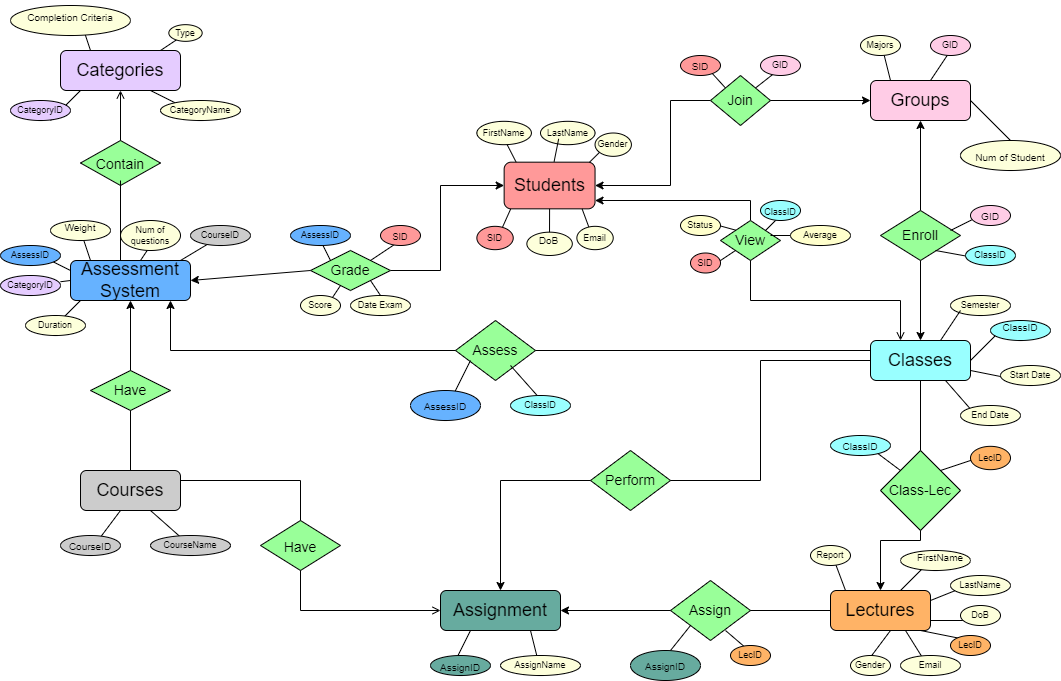
The draw.io diagram ERD Update 2.drawio.png in Vovietmanh/DBI202-MyAssignment, before a commit. Source tidied: cells renumbered, new cells last; positions are measured from the earlier drawing's top-left corner, leaving out a move shared by most shapes.
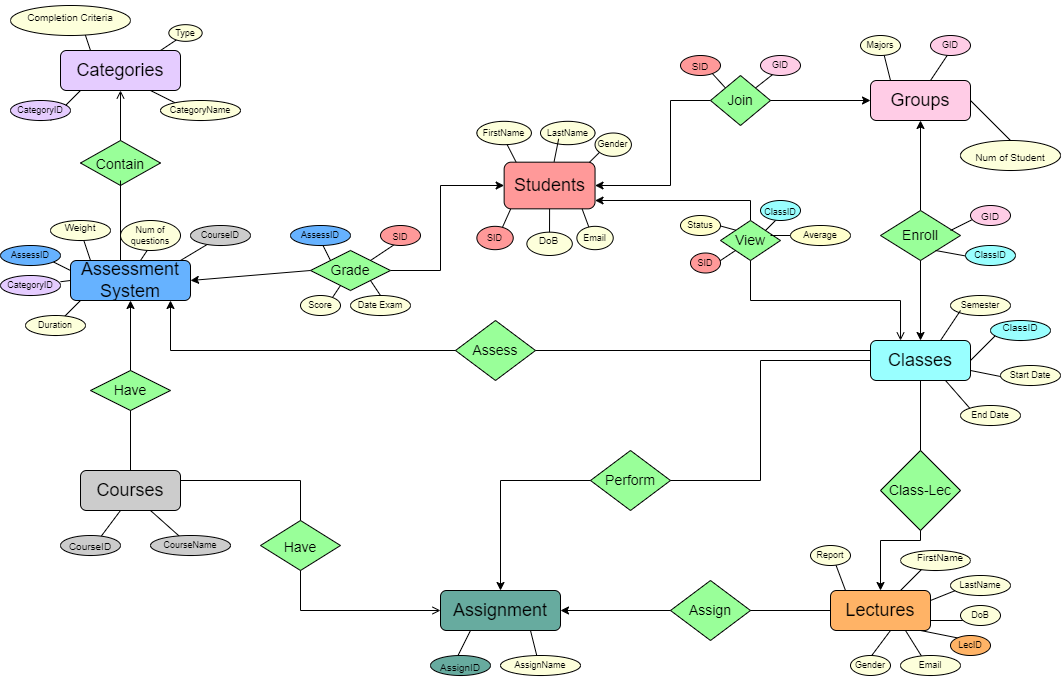
After the commit.

What changed in the source:
```diff
@@ -364,35 +364,6 @@
     <mxCell id="100" value="&lt;span style=&quot;font-size: 14px;&quot;&gt;Class-Lec&lt;/span&gt;" style="text;html=1;strokeColor=none;fillColor=none;align=center;verticalAlign=middle;whiteSpace=wrap;rounded=0;fontSize=9;" parent="98" vertex="1">
       <mxGeometry x="5" y="25" width="70" height="30" as="geometry" />
     </mxCell>
-    <mxCell id="101" style="endArrow=none;html=1;rounded=0;fontSize=14;" parent="1" edge="1">
-      <mxGeometry relative="1" as="geometry">
-        <mxPoint x="900" y="470" as="sourcePoint" />
-        <mxPoint x="860" y="440" as="targetPoint" />
-      </mxGeometry>
-    </mxCell>
-    <mxCell id="102" style="group;" parent="1" vertex="1">
-      <mxGeometry x="830" y="430" width="60" height="30" as="geometry" />
-    </mxCell>
-    <mxCell id="103" style="ellipse;whiteSpace=wrap;html=1;fontSize=14;fillColor=#99FFFF;" parent="102" vertex="1">
-      <mxGeometry y="5" width="60" height="20" as="geometry" />
-    </mxCell>
-    <mxCell id="104" value="&lt;font size=&quot;1&quot;&gt;ClassID&lt;/font&gt;" style="text;html=1;strokeColor=none;fillColor=none;align=center;verticalAlign=middle;whiteSpace=wrap;rounded=0;fontSize=14;" parent="102" vertex="1">
-      <mxGeometry width="60" height="30" as="geometry" />
-    </mxCell>
-    <mxCell id="105" style="endArrow=none;html=1;rounded=0;fontSize=9;exitX=1;exitY=0;exitDx=0;exitDy=0;" parent="1" edge="1" source="99">
-      <mxGeometry relative="1" as="geometry">
-        <mxPoint x="1000" y="450" as="targetPoint" />
-      </mxGeometry>
-    </mxCell>
-    <mxCell id="106" style="group;" parent="1" vertex="1">
-      <mxGeometry x="960" y="440" width="60" height="35" as="geometry" />
-    </mxCell>
-    <mxCell id="107" style="ellipse;whiteSpace=wrap;html=1;fontSize=9;fillColor=#FFB366;" parent="106" vertex="1">
-      <mxGeometry x="10" y="5.8" width="40" height="23.3" as="geometry" />
-    </mxCell>
-    <mxCell id="108" value="LecID" style="text;html=1;strokeColor=none;fillColor=none;align=center;verticalAlign=middle;whiteSpace=wrap;rounded=0;fontSize=9;" parent="106" vertex="1">
-      <mxGeometry width="60" height="35" as="geometry" />
-    </mxCell>
     <mxCell id="109" style="group;" parent="1" vertex="1">
       <mxGeometry x="260" y="520" width="80" height="50" as="geometry" />
     </mxCell>
@@ -883,36 +854,6 @@
     <mxCell id="245" value="&lt;span style=&quot;font-size: 14px;&quot;&gt;Assign&lt;/span&gt;" style="text;html=1;strokeColor=none;fillColor=none;align=center;verticalAlign=middle;whiteSpace=wrap;rounded=0;fontSize=9;" parent="243" vertex="1">
       <mxGeometry x="10" y="15" width="60" height="30" as="geometry" />
     </mxCell>
-    <mxCell id="246" style="endArrow=none;html=1;rounded=0;fontSize=14;" parent="243" edge="1">
-      <mxGeometry relative="1" as="geometry">
-        <mxPoint x="20" y="45" as="sourcePoint" />
-        <mxPoint y="70" as="targetPoint" />
-      </mxGeometry>
-    </mxCell>
-    <mxCell id="247" style="group;" parent="209" vertex="1">
-      <mxGeometry x="200" y="110" width="70" height="30" as="geometry" />
-    </mxCell>
-    <mxCell id="248" style="ellipse;whiteSpace=wrap;html=1;fontSize=14;fillColor=#67AB9F;" parent="247" vertex="1">
-      <mxGeometry width="70" height="30" as="geometry" />
-    </mxCell>
-    <mxCell id="249" value="&lt;font size=&quot;1&quot;&gt;AssignID&lt;/font&gt;" style="text;html=1;strokeColor=none;fillColor=none;align=center;verticalAlign=middle;whiteSpace=wrap;rounded=0;fontSize=14;" parent="247" vertex="1">
-      <mxGeometry x="5" width="60" height="30" as="geometry" />
-    </mxCell>
-    <mxCell id="250" style="endArrow=none;html=1;rounded=0;fontSize=9;" parent="209" edge="1">
-      <mxGeometry relative="1" as="geometry">
-        <mxPoint x="330" y="120" as="sourcePoint" />
-        <mxPoint x="295" y="90" as="targetPoint" />
-      </mxGeometry>
-    </mxCell>
-    <mxCell id="251" style="group;" parent="209" vertex="1">
-      <mxGeometry x="290" y="100" width="60" height="30" as="geometry" />
-    </mxCell>
-    <mxCell id="252" style="ellipse;whiteSpace=wrap;html=1;fontSize=9;fillColor=#FFB366;" parent="251" vertex="1">
-      <mxGeometry x="10" y="5" width="40" height="20" as="geometry" />
-    </mxCell>
-    <mxCell id="253" value="LecID" style="text;html=1;strokeColor=none;fillColor=none;align=center;verticalAlign=middle;whiteSpace=wrap;rounded=0;fontSize=9;" parent="251" vertex="1">
-      <mxGeometry width="60" height="30" as="geometry" />
-    </mxCell>
     <mxCell id="254" style="endArrow=classic;html=1;rounded=0;fontSize=9;" parent="209" edge="1">
       <mxGeometry relative="1" as="geometry">
         <mxPoint x="240" y="70" as="sourcePoint" />
@@ -973,35 +914,6 @@
     <mxCell id="268" value="&lt;span style=&quot;font-size: 14px;&quot;&gt;Assess&lt;/span&gt;" style="text;html=1;strokeColor=none;fillColor=none;align=center;verticalAlign=middle;whiteSpace=wrap;rounded=0;fontSize=9;" parent="1" vertex="1">
       <mxGeometry x="465" y="335" width="60" height="30" as="geometry" />
     </mxCell>
-    <mxCell id="269" style="endArrow=none;html=1;rounded=0;fontSize=14;" parent="1" edge="1">
-      <mxGeometry relative="1" as="geometry">
-        <mxPoint x="450" y="400" as="sourcePoint" />
-        <mxPoint x="470" y="360" as="targetPoint" />
-      </mxGeometry>
-    </mxCell>
-    <mxCell id="270" style="group;" parent="1" vertex="1">
-      <mxGeometry x="410" y="390" width="70" height="30" as="geometry" />
-    </mxCell>
-    <mxCell id="271" style="ellipse;whiteSpace=wrap;html=1;fontSize=14;fillColor=#66B2FF;" parent="270" vertex="1">
-      <mxGeometry width="70" height="30" as="geometry" />
-    </mxCell>
-    <mxCell id="272" value="&lt;font size=&quot;1&quot;&gt;AssessID&lt;/font&gt;" style="text;html=1;strokeColor=none;fillColor=none;align=center;verticalAlign=middle;whiteSpace=wrap;rounded=0;fontSize=14;" parent="270" vertex="1">
-      <mxGeometry x="5" width="60" height="30" as="geometry" />
-    </mxCell>
-    <mxCell id="273" style="endArrow=none;html=1;rounded=0;fontSize=9;entryX=0.75;entryY=1;entryDx=0;entryDy=0;" parent="1" edge="1" target="268">
-      <mxGeometry relative="1" as="geometry">
-        <mxPoint x="550" y="410" as="sourcePoint" />
-      </mxGeometry>
-    </mxCell>
-    <mxCell id="274" style="group;" parent="1" vertex="1">
-      <mxGeometry x="510" y="390" width="60" height="30" as="geometry" />
-    </mxCell>
-    <mxCell id="275" style="ellipse;whiteSpace=wrap;html=1;fontSize=9;fillColor=#99FFFF;" parent="274" vertex="1">
-      <mxGeometry y="5" width="60" height="20" as="geometry" />
-    </mxCell>
-    <mxCell id="276" value="ClassID" style="text;html=1;strokeColor=none;fillColor=none;align=center;verticalAlign=middle;whiteSpace=wrap;rounded=0;fontSize=9;" parent="274" vertex="1">
-      <mxGeometry width="60" height="30" as="geometry" />
-    </mxCell>
     <mxCell id="277" style="rhombus;whiteSpace=wrap;html=1;fontSize=9;fillColor=#99FF99;" parent="1" vertex="1">
       <mxGeometry x="590" y="450" width="80" height="60" as="geometry" />
     </mxCell>
```
